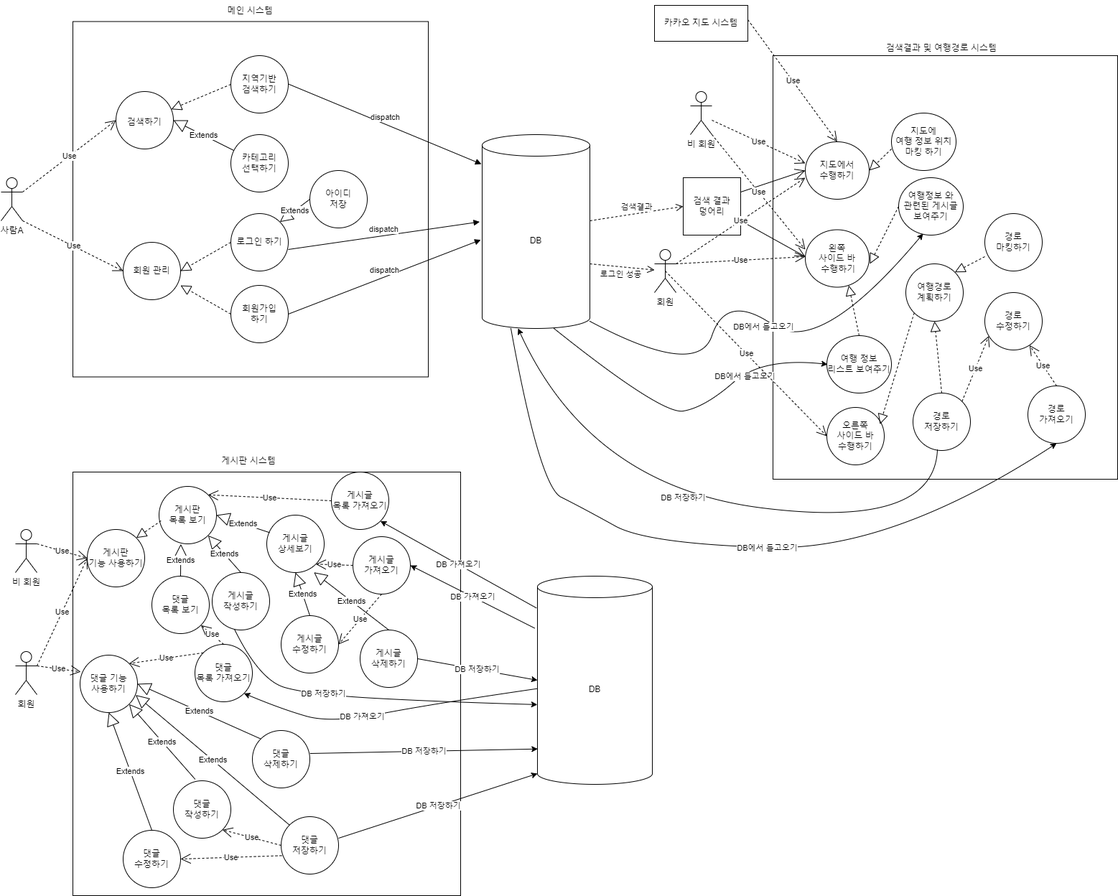
kimhaechang1/enjoytrip keeps this draw.io diagram as usecase.drawio.png. Above is the earlier version. Source tidied: cells renumbered, new cells last; positions are measured from the earlier drawing's top-left corner, leaving out a move shared by most shapes.
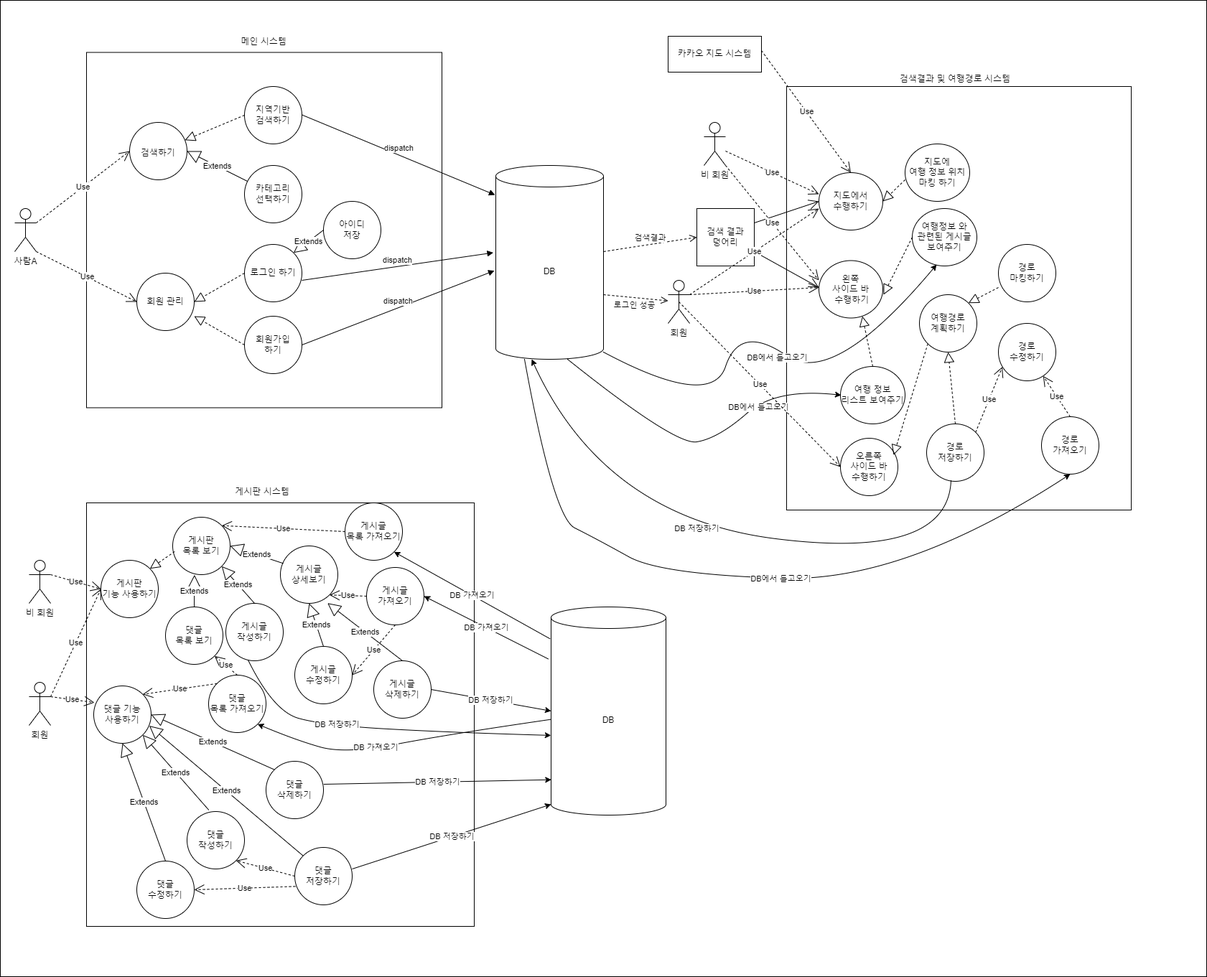
After the commit.

Commit message:
usecase.drawio.png 찐찐막최종찐막

The edit, as a diff of the source:
```diff
@@ -2,6 +2,9 @@
   <root>
     <mxCell id="0" />
     <mxCell id="1" parent="0" />
+    <mxCell id="115" style="rounded=0;whiteSpace=wrap;html=1;" parent="1" vertex="1">
+      <mxGeometry x="-20" y="-42" width="1680" height="1360" as="geometry" />
+    </mxCell>
     <mxCell id="2" style="whiteSpace=wrap;html=1;" parent="1" vertex="1">
       <mxGeometry x="100" y="30.5" width="495" height="495" as="geometry" />
     </mxCell>
```
